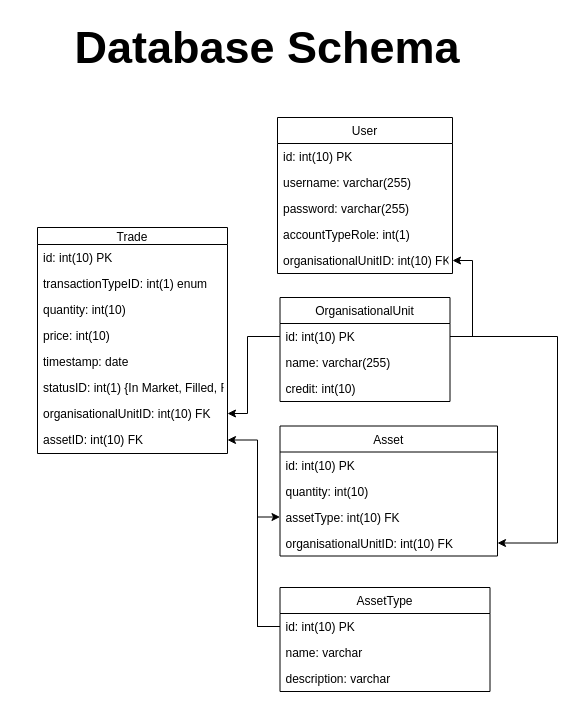
aash35/Assest-Trading-Platform keeps this draw.io diagram as Project_Report/Source Diagrams/Database_Scheme_ORM.drawio. Above is the earlier version. Source tidied: cells renumbered, new cells numbered last; positions are measured from the earlier drawing's top-left corner, leaving out a move shared by most shapes. Both pictures are drawn from the tidied source at 100%, with x=0, y=0 at pixel (17, 17).
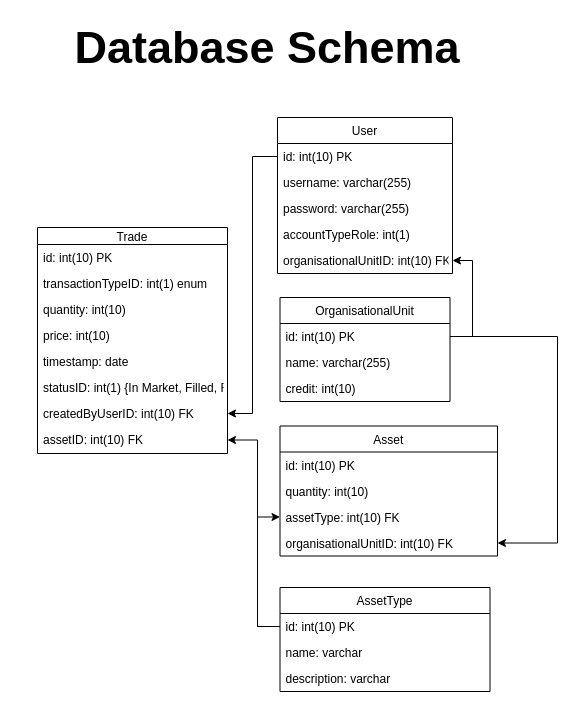
After the change.

Commit message (it also covers changes not shown here):
Layout of Account page complete and updated the scheme with the trades connected with user instead of organisational unit

Unchanged cells that the change refers to:
```xml
<mxCell id="4" value="id: int(10) PK" style="text;strokeColor=none;fillColor=none;align=left;verticalAlign=top;spacingLeft=4;spacingRight=4;overflow=hidden;points=[[0,0.5],[1,0.5]];portConstraint=eastwest;" parent="3" vertex="1">
  <mxGeometry y="26" width="170" height="26" as="geometry" />
</mxCell>
<mxCell id="8" value="id: int(10) PK" style="text;strokeColor=none;fillColor=none;align=left;verticalAlign=top;spacingLeft=4;spacingRight=4;overflow=hidden;points=[[0,0.5],[1,0.5]];portConstraint=eastwest;" parent="7" vertex="1">
  <mxGeometry y="26" width="175" height="26" as="geometry" />
</mxCell>
<mxCell id="25" value="Trade" style="swimlane;fontStyle=0;horizontal=1;startSize=17;fillColor=none;" parent="1" vertex="1">
  <mxGeometry x="20" y="210" width="190" height="226" as="geometry" />
</mxCell>
```

Change to the diagram source:
```diff
@@
-    <mxCell id="32" value="organisationalUnitID: int(10) FK" style="text;strokeColor=none;fillColor=none;align=left;verticalAlign=top;spacingLeft=4;spacingRight=4;overflow=hidden;points=[[0,0.5],[1,0.5]];portConstraint=eastwest;" parent="25" vertex="1">
+    <mxCell id="32" value="createdByUserID: int(10) FK" style="text;strokeColor=none;fillColor=none;align=left;verticalAlign=top;spacingLeft=4;spacingRight=4;overflow=hidden;points=[[0,0.5],[1,0.5]];portConstraint=eastwest;" parent="25" vertex="1">
       <mxGeometry y="173" width="190" height="26" as="geometry" />
     </mxCell>
@@
-    <mxCell id="34" style="edgeStyle=orthogonalEdgeStyle;rounded=0;jettySize=auto;html=1;entryX=1;entryY=0.5;entryDx=0;entryDy=0;exitX=0;exitY=0.5;exitDx=0;exitDy=0;" parent="1" edge="1" source="4" target="32">
-      <mxGeometry relative="1" as="geometry">
-        <Array as="points">
-          <mxPoint x="230" y="319" />
-          <mxPoint x="230" y="396" />
-        </Array>
-      </mxGeometry>
-    </mxCell>
@@
+    <mxCell id="36" style="edgeStyle=orthogonalEdgeStyle;rounded=0;jettySize=auto;html=1;entryX=1;entryY=0.5;entryDx=0;entryDy=0;" parent="1" edge="1" source="8" target="32">
+      <mxGeometry relative="1" as="geometry" />
+    </mxCell>
```
